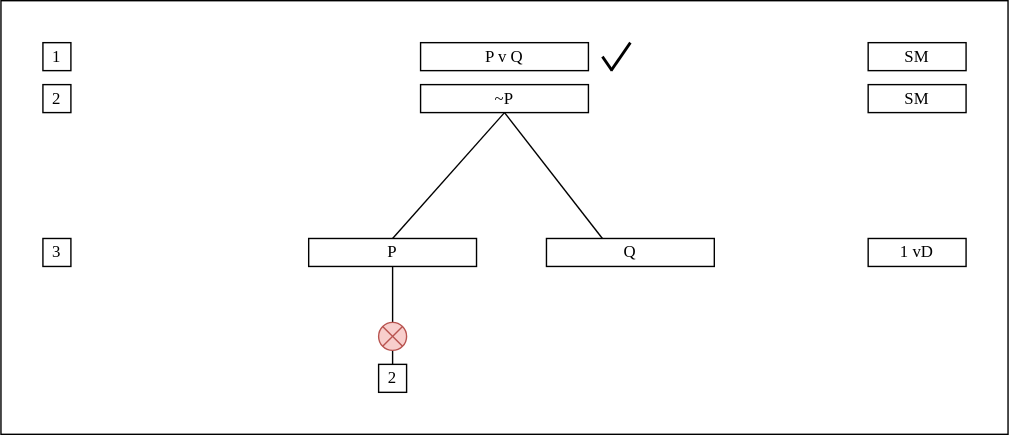
Before: basic-open-tree.svg, a diagram exported from draw.io (thomasabishop/logic-diagrams). Source tidied: cells renumbered, new cells last; positions are measured from the earlier drawing's top-left corner, leaving out a move shared by most shapes.
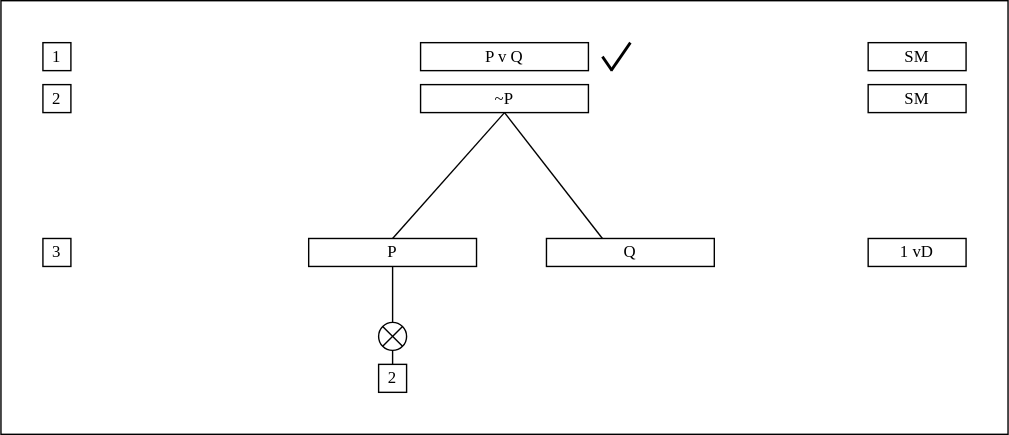
After the commit.

Diff of the diagram source:
```diff
@@ -55,7 +55,7 @@
     <mxCell id="16" style="edgeStyle=orthogonalEdgeStyle;rounded=0;jettySize=auto;html=1;exitX=0.5;exitY=1;exitDx=0;exitDy=0;fontFamily=Lucida Console;endArrow=none;endFill=0;fontStyle=0;" parent="1" edge="1" source="17" target="18">
       <mxGeometry relative="1" as="geometry" />
     </mxCell>
-    <mxCell id="17" style="shape=sumEllipse;perimeter=ellipsePerimeter;whiteSpace=wrap;html=1;backgroundOutline=1;fontFamily=Lucida Console;fillColor=#f8cecc;strokeColor=#b85450;fontStyle=0;" parent="1" vertex="1">
+    <mxCell id="17" style="shape=sumEllipse;perimeter=ellipsePerimeter;whiteSpace=wrap;html=1;backgroundOutline=1;fontFamily=Lucida Console;fontStyle=0;" parent="1" vertex="1">
       <mxGeometry x="270" y="230" width="20" height="20" as="geometry" />
     </mxCell>
     <mxCell id="18" value="2" style="rounded=0;whiteSpace=wrap;html=1;fontFamily=Lucida Console;fontStyle=0;" parent="1" vertex="1">
```
